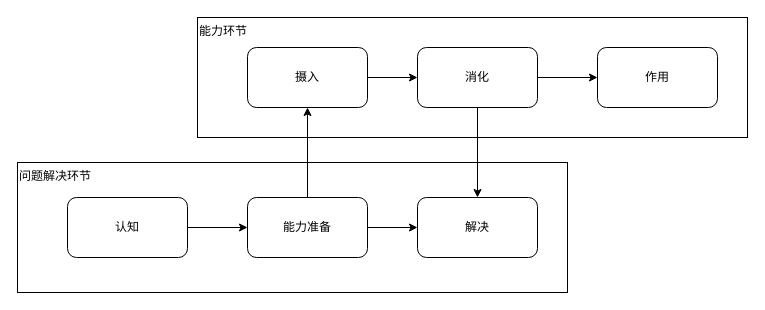
This is problem sloving.drawio from brendonlin/myflowchart, a draw.io file, before an edit. Source tidied: cells renumbered, new cells numbered last; positions are measured from the earlier drawing's top-left corner, leaving out a move shared by most shapes. Both pictures are drawn from the tidied source at 100%, with x=0, y=0 at pixel (17, 17).
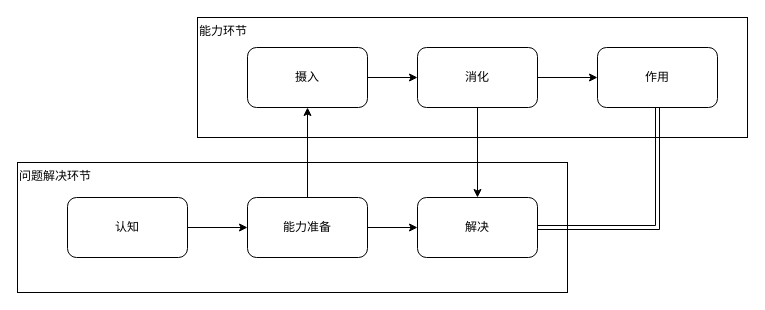
After the change.

Diff of the diagram source:
```diff
@@
 <mxGraphModel>
   <root>
     <mxCell id="0" />
     <mxCell id="1" parent="0" />
     <mxCell id="2" value="问题解决环节" style="rounded=0;whiteSpace=wrap;html=1;align=left;verticalAlign=top;" parent="1" vertex="1">
       <mxGeometry y="145" width="550" height="130" as="geometry" />
     </mxCell>
     <mxCell id="3" value="能力环节" style="rounded=0;whiteSpace=wrap;html=1;align=left;verticalAlign=top;" parent="1" vertex="1">
       <mxGeometry x="180" width="550" height="120" as="geometry" />
     </mxCell>
     <mxCell id="4" style="edgeStyle=orthogonalEdgeStyle;rounded=0;jettySize=auto;html=1;" parent="1" edge="1" source="5" target="8">
       <mxGeometry relative="1" as="geometry" />
     </mxCell>
     <mxCell id="5" value="认知" style="rounded=1;whiteSpace=wrap;html=1;" parent="1" vertex="1">
       <mxGeometry x="50" y="180" width="120" height="60" as="geometry" />
     </mxCell>
     <mxCell id="6" style="edgeStyle=orthogonalEdgeStyle;rounded=0;jettySize=auto;html=1;" parent="1" edge="1" source="8" target="9">
       <mxGeometry relative="1" as="geometry" />
     </mxCell>
     <mxCell id="7" style="edgeStyle=orthogonalEdgeStyle;rounded=0;jettySize=auto;html=1;entryX=0.5;entryY=1;entryDx=0;entryDy=0;" parent="1" edge="1" source="8" target="11">
       <mxGeometry relative="1" as="geometry" />
     </mxCell>
     <mxCell id="8" value="能力准备" style="rounded=1;whiteSpace=wrap;html=1;" parent="1" vertex="1">
       <mxGeometry x="230" y="180" width="120" height="60" as="geometry" />
     </mxCell>
     <mxCell id="9" value="解决" style="rounded=1;whiteSpace=wrap;html=1;" parent="1" vertex="1">
       <mxGeometry x="400" y="180" width="120" height="60" as="geometry" />
     </mxCell>
     <mxCell id="10" style="edgeStyle=orthogonalEdgeStyle;rounded=0;jettySize=auto;html=1;" parent="1" edge="1" source="11" target="14">
       <mxGeometry relative="1" as="geometry" />
     </mxCell>
     <mxCell id="11" value="摄入" style="rounded=1;whiteSpace=wrap;html=1;" parent="1" vertex="1">
       <mxGeometry x="230" y="30" width="120" height="60" as="geometry" />
     </mxCell>
     <mxCell id="12" style="edgeStyle=orthogonalEdgeStyle;rounded=0;jettySize=auto;html=1;" parent="1" edge="1" source="14" target="15">
       <mxGeometry relative="1" as="geometry" />
     </mxCell>
     <mxCell id="13" style="edgeStyle=orthogonalEdgeStyle;rounded=0;jettySize=auto;html=1;" parent="1" edge="1" source="14" target="9">
       <mxGeometry relative="1" as="geometry" />
     </mxCell>
     <mxCell id="14" value="消化" style="rounded=1;whiteSpace=wrap;html=1;" parent="1" vertex="1">
       <mxGeometry x="400" y="30" width="120" height="60" as="geometry" />
     </mxCell>
+    <mxCell id="16" style="edgeStyle=orthogonalEdgeStyle;rounded=0;jettySize=auto;html=1;entryX=1;entryY=0.5;entryDx=0;entryDy=0;shape=link;" parent="1" edge="1" source="15" target="9">
+      <mxGeometry relative="1" as="geometry">
+        <Array as="points">
+          <mxPoint x="640" y="210" />
+        </Array>
+      </mxGeometry>
+    </mxCell>
     <mxCell id="15" value="作用" style="rounded=1;whiteSpace=wrap;html=1;" parent="1" vertex="1">
       <mxGeometry x="580" y="30" width="120" height="60" as="geometry" />
     </mxCell>
   </root>
 </mxGraphModel>
```
